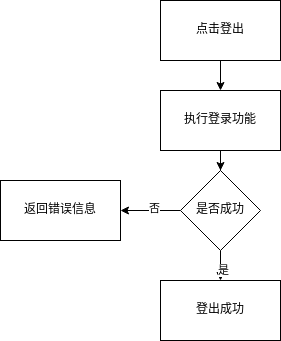
Above: 图片/概念设计-流程图-登出.png in yz360307/draw (draw.io), before the change. Source tidied: cells renumbered, new cells last; positions are measured from the earlier drawing's top-left corner, leaving out a move shared by most shapes.
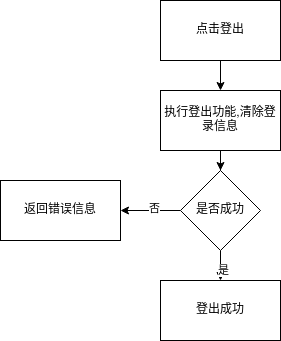
The same file after the commit.

The edit, as a diff of the source:
```diff
@@ -11,7 +11,7 @@
     <mxCell id="4" style="edgeStyle=orthogonalEdgeStyle;rounded=0;jettySize=auto;html=1;" parent="1" edge="1" source="5" target="10">
       <mxGeometry relative="1" as="geometry" />
     </mxCell>
-    <mxCell id="5" value="执行登录功能" style="whiteSpace=wrap;html=1;rounded=0;" parent="1" vertex="1">
+    <mxCell id="5" value="执行登出功能,清除登录信息" style="whiteSpace=wrap;html=1;rounded=0;" parent="1" vertex="1">
       <mxGeometry x="160" y="90" width="120" height="60" as="geometry" />
     </mxCell>
     <mxCell id="6" style="edgeStyle=orthogonalEdgeStyle;rounded=0;jettySize=auto;html=1;" parent="1" edge="1" source="10" target="11">
```
